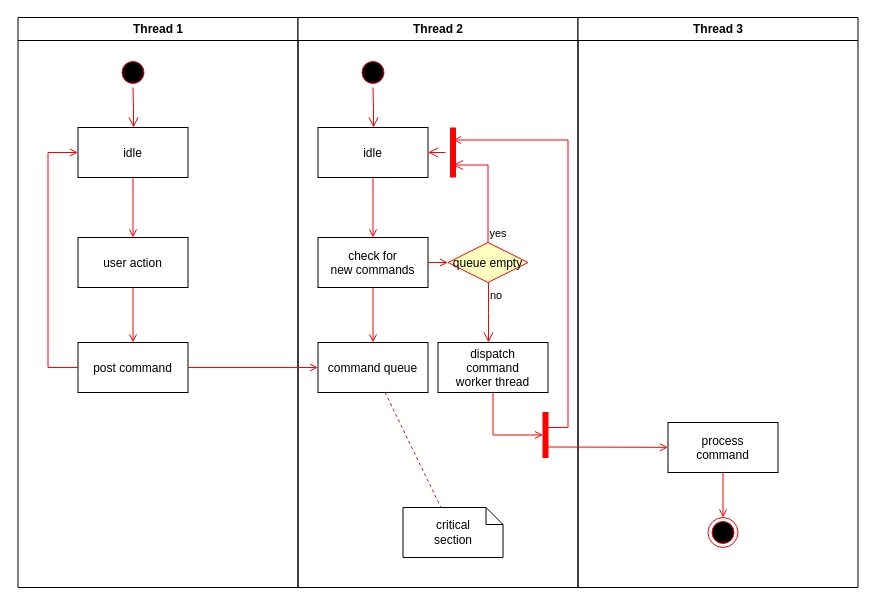
Earlier version of the draw.io diagram Untitled Diagram.drawio (zhoujy53/Literature-Notes). Source tidied: cells renumbered, new cells numbered last; positions are measured from the earlier drawing's top-left corner, leaving out a move shared by most shapes. Both pictures are drawn from the tidied source at 100%, with x=0, y=0 at pixel (17, 17).
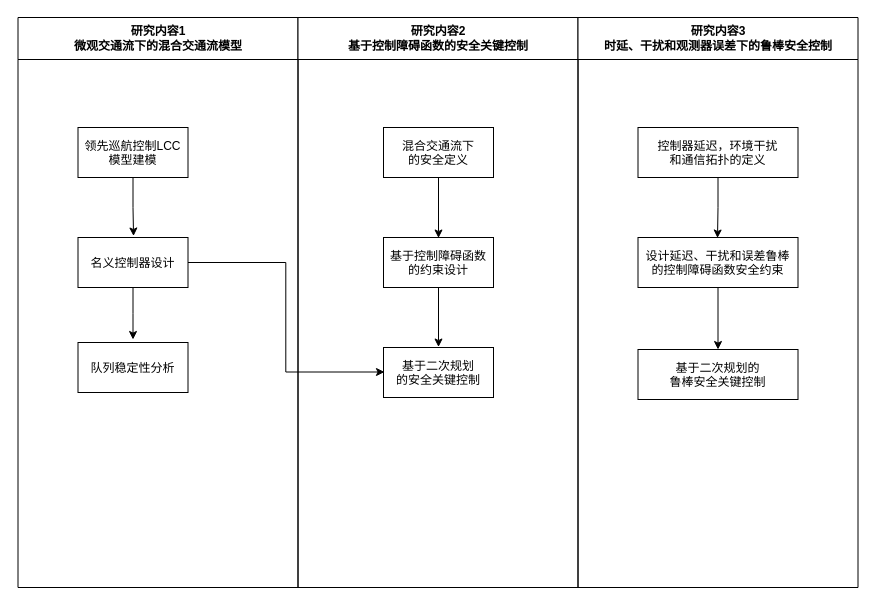
The same diagram, later.

Diff of the diagram source:
```diff
@@
+    <mxCell id="37" style="edgeStyle=orthogonalEdgeStyle;rounded=0;jettySize=auto;html=1;" parent="1" edge="1" source="6">
+      <mxGeometry relative="1" as="geometry">
+        <mxPoint x="115.5" y="322" as="targetPoint" />
+      </mxGeometry>
+    </mxCell>
+    <mxCell id="38" style="edgeStyle=orthogonalEdgeStyle;rounded=0;jettySize=auto;html=1;entryX=0.009;entryY=0.49;entryDx=0;entryDy=0;entryPerimeter=0;" parent="1" edge="1" source="6" target="17">
+      <mxGeometry relative="1" as="geometry" />
+    </mxCell>
-    <mxCell id="2" value="Thread 1" style="swimlane;whiteSpace=wrap;" parent="1" vertex="1">
+    <mxCell id="2" value="研究内容1&#10;微观交通流下的混合交通流模型" style="swimlane;whiteSpace=wrap;startSize=42;" parent="1" vertex="1">
       <mxGeometry x="0.5" width="280" height="570" as="geometry" />
     </mxCell>
-    <mxCell id="3" style="ellipse;shape=startState;fillColor=#000000;strokeColor=#ff0000;" parent="2" vertex="1">
-      <mxGeometry x="100" y="40" width="30" height="30" as="geometry" />
-    </mxCell>
-    <mxCell id="4" style="edgeStyle=elbowEdgeStyle;elbow=horizontal;verticalAlign=bottom;endArrow=open;endSize=8;strokeColor=#FF0000;endFill=1;rounded=0;" parent="2" edge="1" source="3" target="5">
-      <mxGeometry x="100" y="40" as="geometry" />
-    </mxCell>
+    <mxCell id="7" style="edgeStyle=orthogonalEdgeStyle;rounded=0;jettySize=auto;html=1;entryX=0.505;entryY=-0.03;entryDx=0;entryDy=0;entryPerimeter=0;" parent="2" edge="1" source="5" target="6">
+      <mxGeometry relative="1" as="geometry" />
+    </mxCell>
-    <mxCell id="5" value="idle" parent="2" vertex="1">
+    <mxCell id="5" value="领先巡航控制LCC&#10;模型建模" parent="2" vertex="1">
       <mxGeometry x="60" y="110" width="110" height="50" as="geometry" />
     </mxCell>
+    <mxCell id="8" value="队列稳定性分析" parent="2" vertex="1">
+      <mxGeometry x="60" y="325" width="110" height="50" as="geometry" />
+    </mxCell>
-    <mxCell id="6" value="user action" parent="2" vertex="1">
+    <mxCell id="6" value="名义控制器设计" parent="2" vertex="1">
       <mxGeometry x="60" y="220" width="110" height="50" as="geometry" />
     </mxCell>
-    <mxCell id="7" style="endArrow=open;strokeColor=#FF0000;endFill=1;rounded=0;" parent="2" edge="1" source="5" target="6">
-      <mxGeometry relative="1" as="geometry" />
-    </mxCell>
-    <mxCell id="8" value="post command" parent="2" vertex="1">
-      <mxGeometry x="60" y="325" width="110" height="50" as="geometry" />
-    </mxCell>
-    <mxCell id="9" style="endArrow=open;strokeColor=#FF0000;endFill=1;rounded=0;" parent="2" edge="1" source="6" target="8">
-      <mxGeometry relative="1" as="geometry" />
-    </mxCell>
-    <mxCell id="10" style="edgeStyle=elbowEdgeStyle;elbow=horizontal;strokeColor=#FF0000;endArrow=open;endFill=1;rounded=0;" parent="2" edge="1" source="8" target="5">
-      <mxGeometry relative="1" as="geometry">
-        <Array as="points">
-          <mxPoint x="30" y="250" />
-        </Array>
-      </mxGeometry>
-    </mxCell>
-    <mxCell id="11" value="Thread 2" style="swimlane;whiteSpace=wrap;" parent="1" vertex="1">
+    <mxCell id="11" value="研究内容2&#10;基于控制障碍函数的安全关键控制" style="swimlane;whiteSpace=wrap;startSize=42;" parent="1" vertex="1">
       <mxGeometry x="280.5" width="280" height="570" as="geometry" />
     </mxCell>
-    <mxCell id="12" style="ellipse;shape=startState;fillColor=#000000;strokeColor=#ff0000;" parent="11" vertex="1">
-      <mxGeometry x="60" y="40" width="30" height="30" as="geometry" />
-    </mxCell>
-    <mxCell id="13" style="edgeStyle=elbowEdgeStyle;elbow=horizontal;verticalAlign=bottom;endArrow=open;endSize=8;strokeColor=#FF0000;endFill=1;rounded=0;" parent="11" edge="1" source="12" target="14">
-      <mxGeometry x="40" y="20" as="geometry" />
-    </mxCell>
+    <mxCell id="16" style="edgeStyle=orthogonalEdgeStyle;rounded=0;jettySize=auto;html=1;entryX=0.5;entryY=0.01;entryDx=0;entryDy=0;entryPerimeter=0;" parent="11" edge="1" source="14" target="15">
+      <mxGeometry relative="1" as="geometry" />
+    </mxCell>
-    <mxCell id="14" value="idle" parent="11" vertex="1">
-      <mxGeometry x="20" y="110" width="110" height="50" as="geometry" />
+    <mxCell id="14" value="混合交通流下&#10;的安全定义" parent="11" vertex="1">
+      <mxGeometry x="85.5" y="110" width="110" height="50" as="geometry" />
     </mxCell>
+    <mxCell id="18" style="edgeStyle=orthogonalEdgeStyle;rounded=0;jettySize=auto;html=1;entryX=0.5;entryY=-0.01;entryDx=0;entryDy=0;entryPerimeter=0;" parent="11" edge="1" source="15" target="17">
+      <mxGeometry relative="1" as="geometry" />
+    </mxCell>
-    <mxCell id="15" value="check for &#10;new commands" parent="11" vertex="1">
-      <mxGeometry x="20" y="220" width="110" height="50" as="geometry" />
+    <mxCell id="15" value="基于控制障碍函数&#10;的约束设计" parent="11" vertex="1">
+      <mxGeometry x="85.5" y="220" width="110" height="50" as="geometry" />
     </mxCell>
-    <mxCell id="16" style="endArrow=open;strokeColor=#FF0000;endFill=1;rounded=0;" parent="11" edge="1" source="14" target="15">
-      <mxGeometry relative="1" as="geometry" />
-    </mxCell>
-    <mxCell id="17" value="command queue" parent="11" vertex="1">
-      <mxGeometry x="20" y="325" width="110" height="50" as="geometry" />
+    <mxCell id="17" value="基于二次规划&#10;的安全关键控制" parent="11" vertex="1">
+      <mxGeometry x="85.5" y="330" width="110" height="50" as="geometry" />
     </mxCell>
-    <mxCell id="18" style="endArrow=open;strokeColor=#FF0000;endFill=1;rounded=0;" parent="11" edge="1" source="15" target="17">
-      <mxGeometry relative="1" as="geometry" />
-    </mxCell>
-    <mxCell id="19" value="queue empty" style="rhombus;fillColor=#ffffc0;strokeColor=#ff0000;" parent="11" vertex="1">
-      <mxGeometry x="150" y="225" width="80" height="40" as="geometry" />
-    </mxCell>
-    <mxCell id="20" value="yes" style="edgeStyle=elbowEdgeStyle;elbow=horizontal;align=left;verticalAlign=bottom;endArrow=open;endSize=8;strokeColor=#FF0000;exitX=0.5;exitY=0;endFill=1;rounded=0;entryX=0.75;entryY=0.5;entryPerimeter=0;" parent="11" edge="1" source="19" target="23">
-      <mxGeometry x="-1" relative="1" as="geometry">
-        <Array as="points">
-          <mxPoint x="190" y="180" />
-        </Array>
-      </mxGeometry>
-    </mxCell>
-    <mxCell id="21" value="no" style="edgeStyle=elbowEdgeStyle;elbow=horizontal;align=left;verticalAlign=top;endArrow=open;endSize=8;strokeColor=#FF0000;endFill=1;rounded=0;" parent="11" edge="1" source="19" target="25">
-      <mxGeometry x="-1" relative="1" as="geometry" />
-    </mxCell>
-    <mxCell id="22" style="endArrow=open;strokeColor=#FF0000;endFill=1;rounded=0;" parent="11" edge="1" source="15" target="19">
-      <mxGeometry relative="1" as="geometry" />
-    </mxCell>
-    <mxCell id="23" style="shape=line;strokeWidth=6;strokeColor=#ff0000;rotation=90;" parent="11" vertex="1">
-      <mxGeometry x="130" y="127.5" width="50" height="15" as="geometry" />
-    </mxCell>
-    <mxCell id="24" style="edgeStyle=elbowEdgeStyle;elbow=horizontal;verticalAlign=bottom;endArrow=open;endSize=8;strokeColor=#FF0000;endFill=1;rounded=0;" parent="11" edge="1" source="23" target="14">
-      <mxGeometry x="130" y="90" as="geometry" />
-    </mxCell>
-    <mxCell id="25" value="dispatch&#10;command&#10;worker thread" parent="11" vertex="1">
-      <mxGeometry x="140" y="325" width="110" height="50" as="geometry" />
-    </mxCell>
-    <mxCell id="26" value="critical&#10;section" style="shape=note;whiteSpace=wrap;size=17;" parent="11" vertex="1">
-      <mxGeometry x="105" y="490" width="100" height="50" as="geometry" />
-    </mxCell>
-    <mxCell id="27" style="endArrow=none;strokeColor=#FF0000;endFill=0;rounded=0;dashed=1;" parent="11" edge="1" source="17" target="26">
-      <mxGeometry relative="1" as="geometry" />
-    </mxCell>
-    <mxCell id="28" style="whiteSpace=wrap;strokeColor=#FF0000;fillColor=#FF0000;" parent="11" vertex="1">
-      <mxGeometry x="245" y="395" width="5" height="45" as="geometry" />
-    </mxCell>
-    <mxCell id="29" style="edgeStyle=elbowEdgeStyle;elbow=horizontal;entryX=0;entryY=0.5;strokeColor=#FF0000;endArrow=open;endFill=1;rounded=0;" parent="11" edge="1" source="25" target="28">
-      <mxGeometry relative="1" as="geometry">
-        <Array as="points">
-          <mxPoint x="195" y="400" />
-        </Array>
-      </mxGeometry>
-    </mxCell>
-    <mxCell id="30" value="Thread 3" style="swimlane;whiteSpace=wrap;" parent="1" vertex="1">
+    <mxCell id="30" value="研究内容3&#10;时延、干扰和观测器误差下的鲁棒安全控制" style="swimlane;whiteSpace=wrap;startSize=42;" parent="1" vertex="1">
       <mxGeometry x="560.5" width="280" height="570" as="geometry" />
     </mxCell>
+    <mxCell id="39" style="edgeStyle=orthogonalEdgeStyle;rounded=0;jettySize=auto;html=1;entryX=0.497;entryY=0.01;entryDx=0;entryDy=0;entryPerimeter=0;" parent="30" edge="1" source="31" target="41">
+      <mxGeometry relative="1" as="geometry" />
+    </mxCell>
-    <mxCell id="31" value="process&#10;command" parent="30" vertex="1">
-      <mxGeometry x="90" y="405" width="110" height="50" as="geometry" />
+    <mxCell id="31" value="控制器延迟，环境干扰&#10;和通信拓扑的定义" parent="30" vertex="1">
+      <mxGeometry x="60" y="110" width="160" height="50" as="geometry" />
     </mxCell>
-    <mxCell id="32" style="edgeStyle=elbowEdgeStyle;elbow=horizontal;strokeColor=#FF0000;endArrow=open;endFill=1;rounded=0;entryX=0.25;entryY=0.5;entryPerimeter=0;" parent="30" edge="1" target="23">
-      <mxGeometry relative="1" as="geometry">
-        <mxPoint x="-30" y="410" as="sourcePoint" />
-        <Array as="points">
-          <mxPoint x="-10" y="135" />
-        </Array>
-      </mxGeometry>
-    </mxCell>
-    <mxCell id="33" style="edgeStyle=none;strokeColor=#FF0000;endArrow=open;endFill=1;rounded=0;" parent="30" edge="1" target="31">
-      <mxGeometry relative="1" as="geometry">
-        <mxPoint x="-30" y="429.5" as="sourcePoint" />
-      </mxGeometry>
-    </mxCell>
-    <mxCell id="34" style="ellipse;shape=endState;fillColor=#000000;strokeColor=#ff0000;" parent="30" vertex="1">
-      <mxGeometry x="130" y="500" width="30" height="30" as="geometry" />
-    </mxCell>
-    <mxCell id="35" style="endArrow=open;strokeColor=#FF0000;endFill=1;rounded=0;" parent="30" edge="1" source="31" target="34">
-      <mxGeometry relative="1" as="geometry" />
-    </mxCell>
-    <mxCell id="36" style="endArrow=open;strokeColor=#FF0000;endFill=1;rounded=0;" parent="1" edge="1" source="8" target="17">
-      <mxGeometry relative="1" as="geometry" />
-    </mxCell>
+    <mxCell id="40" style="edgeStyle=orthogonalEdgeStyle;rounded=0;jettySize=auto;html=1;entryX=0.5;entryY=0;entryDx=0;entryDy=0;entryPerimeter=0;" parent="30" edge="1" source="41" target="42">
+      <mxGeometry relative="1" as="geometry" />
+    </mxCell>
+    <mxCell id="41" value="设计延迟、干扰和误差鲁棒&#10;的控制障碍函数安全约束" parent="30" vertex="1">
+      <mxGeometry x="60" y="220" width="160" height="50" as="geometry" />
+    </mxCell>
+    <mxCell id="42" value="基于二次规划的&#10;鲁棒安全关键控制" parent="30" vertex="1">
+      <mxGeometry x="60" y="332" width="160" height="50" as="geometry" />
+    </mxCell>
```
